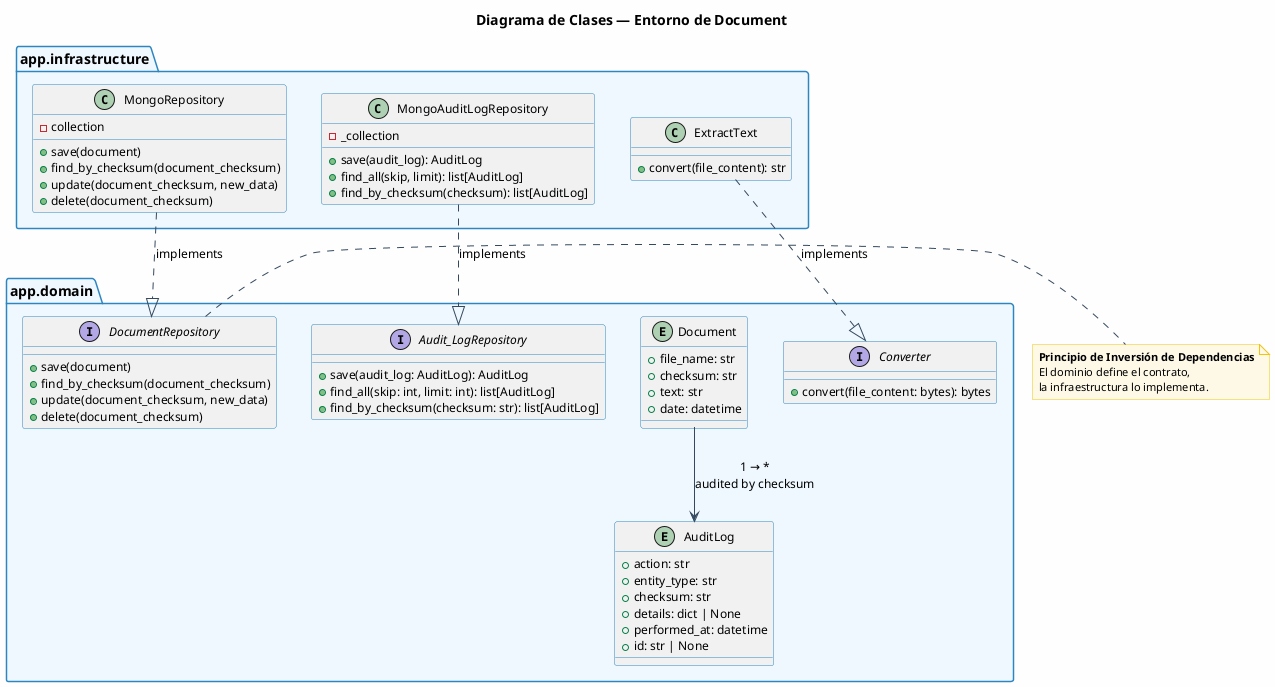
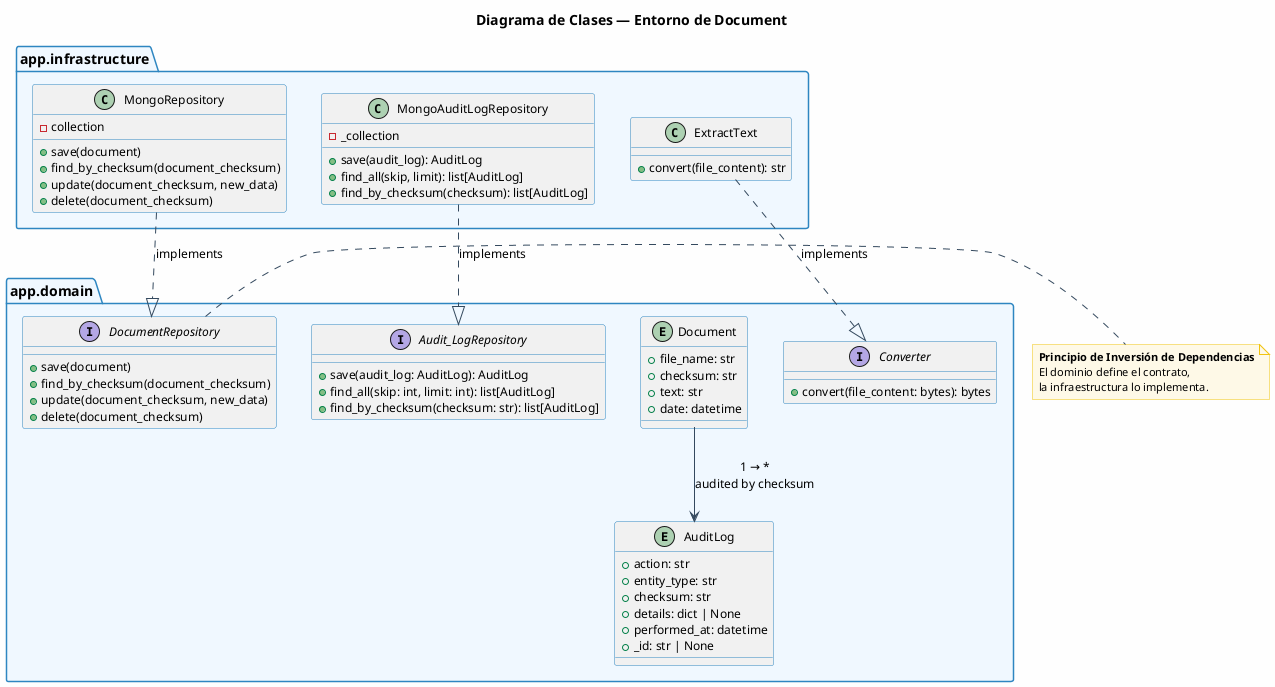
@startuml
skinparam BackgroundColor #FEFEFE
skinparam DefaultFontName Helvetica
skinparam DefaultFontSize 12
skinparam PackageBorderColor #2E86C1
skinparam PackageBackgroundColor #F0F8FF
skinparam PackageFontSize 14
skinparam PackageFontStyle bold
skinparam InterfaceBorderColor #1ABC9C
skinparam InterfaceFontStyle italic
skinparam EntityBorderColor #2E86C1
skinparam ClassBorderColor #2E86C1
skinparam ArrowColor #34495E
skinparam NoteBackgroundColor #FEF9E7
skinparam NoteBorderColor #F1C40F
skinparam NoteFontSize 11

title **Diagrama de Clases — Entorno de Document**

package "app.domain" as DOMAIN {
  entity Document {
    + file_name: str
    + checksum: str
    + text: str
    + date: datetime
  }

  entity AuditLog {
    + action: str
    + entity_type: str
    + checksum: str
    + details: dict | None
    + performed_at: datetime
-     + id: str | None
+     + _id: str | None
  }

  interface DocumentRepository {
    + save(document)
    + find_by_checksum(document_checksum)
    + update(document_checksum, new_data)
    + delete(document_checksum)
  }

  interface Audit_LogRepository {
    + save(audit_log: AuditLog): AuditLog
    + find_all(skip: int, limit: int): list[AuditLog]
    + find_by_checksum(checksum: str): list[AuditLog]
  }

  interface Converter {
    + convert(file_content: bytes): bytes
  }
}

package "app.infrastructure" as INFRA {
  class MongoRepository {
    - collection
    + save(document)
    + find_by_checksum(document_checksum)
    + update(document_checksum, new_data)
    + delete(document_checksum)
  }

  class MongoAuditLogRepository {
    - _collection
    + save(audit_log): AuditLog
    + find_all(skip, limit): list[AuditLog]
    + find_by_checksum(checksum): list[AuditLog]
  }

  class ExtractText {
    + convert(file_content): str
  }
}

note right of DocumentRepository
  **Principio de Inversión de Dependencias**
  El dominio define el contrato,
  la infraestructura lo implementa.
end note

MongoRepository ..|> DocumentRepository : implements
MongoAuditLogRepository ..|> Audit_LogRepository : implements
ExtractText ..|> Converter : implements

Document --> AuditLog : "1 → *\naudited by checksum"

@enduml
